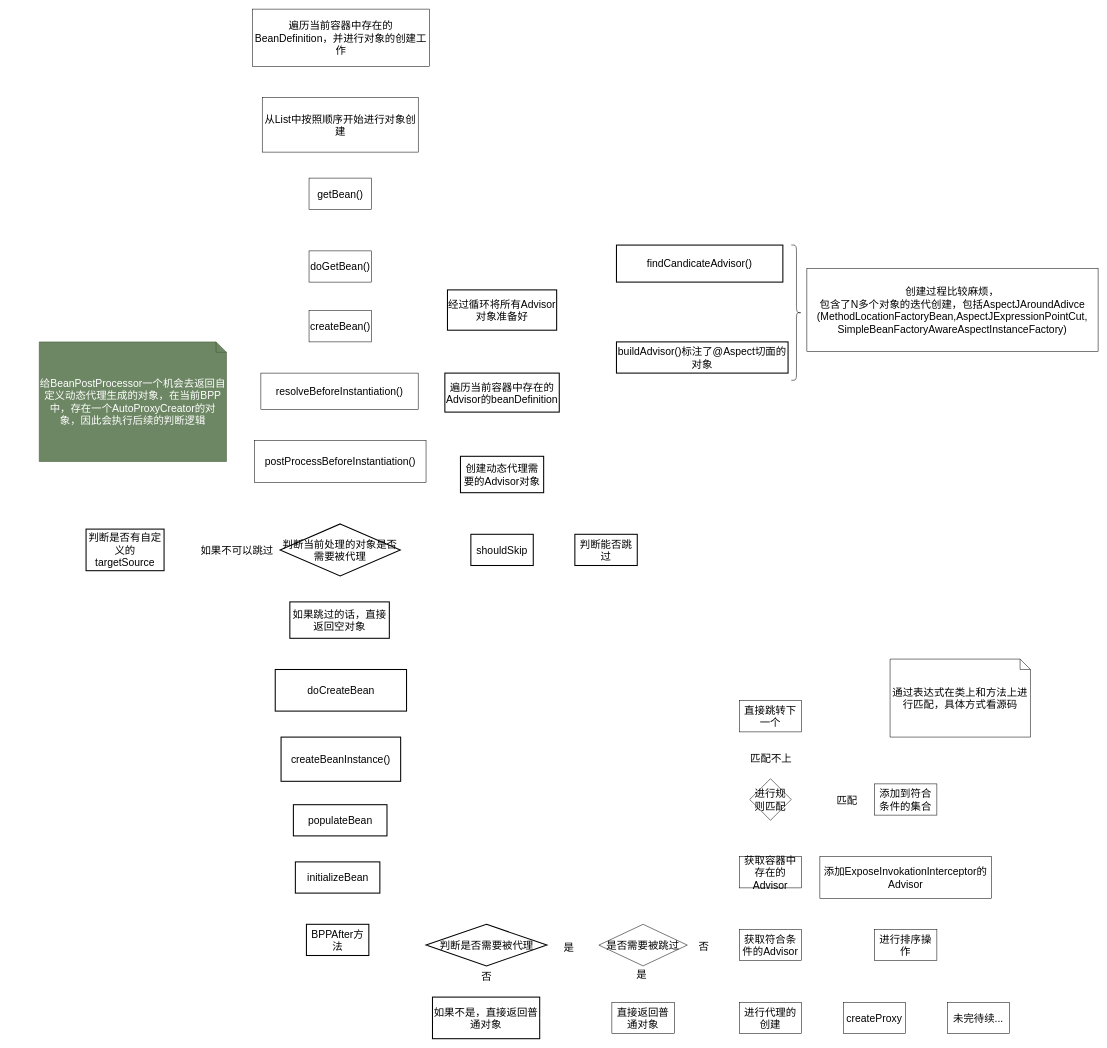
Above: spring/Aop流程.drawio in ZWYXY/all_images (draw.io), before the change. Source tidied: cells renumbered, new cells numbered last; positions are measured from the earlier drawing's top-left corner, leaving out a move shared by most shapes. Both pictures are drawn from the tidied source at 52%, with x=0, y=0 at pixel (13, 9).
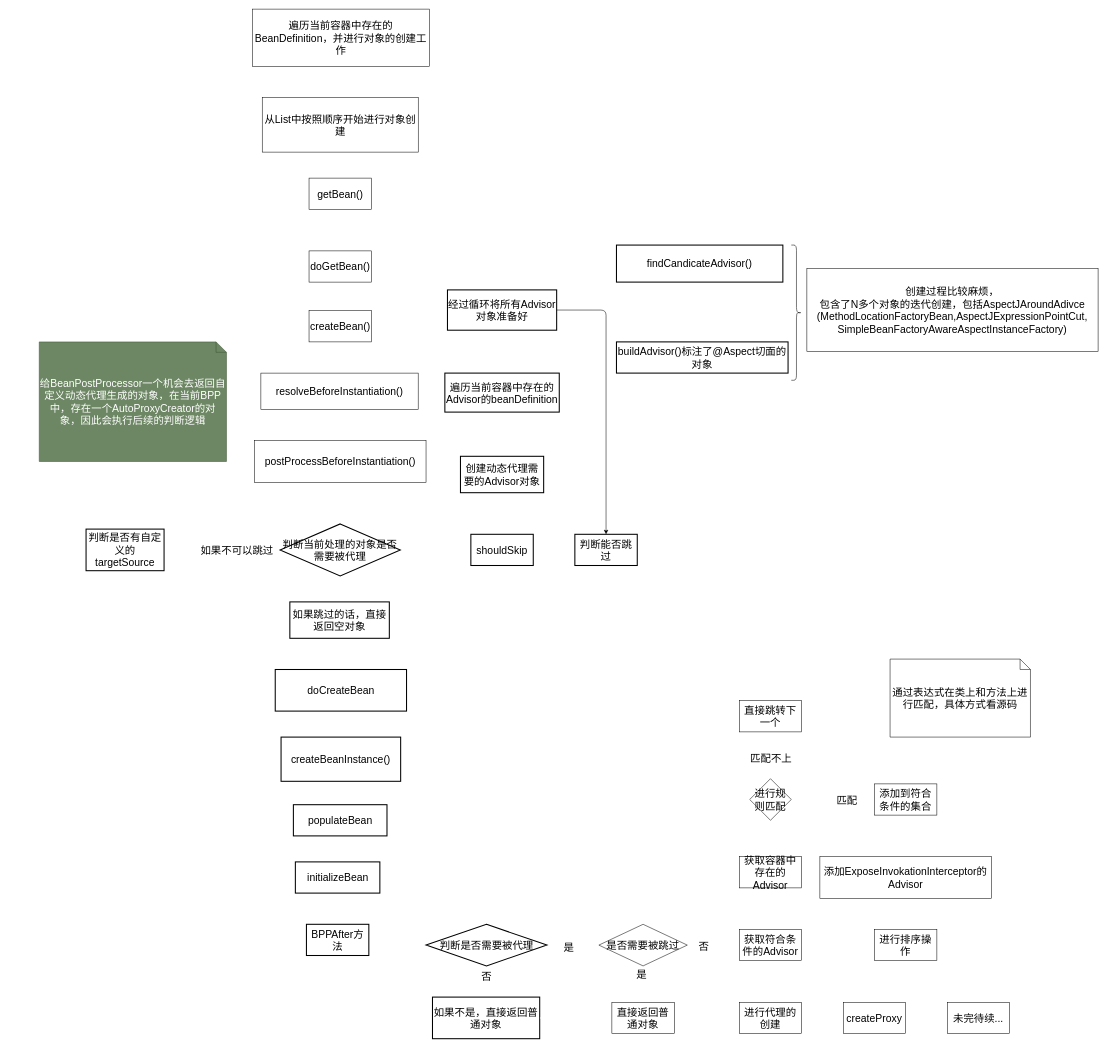
The same diagram, later.

The change refers to these unchanged cells:
```xml
<mxCell id="35" value="经过循环将所有Advisor对象准备好" style="whiteSpace=wrap;html=1;fontSize=20;strokeWidth=2;" parent="1" vertex="1">
  <mxGeometry x="835" y="540" width="210" height="77.5" as="geometry" />
</mxCell>
<mxCell id="40" value="判断能否跳过" style="whiteSpace=wrap;html=1;fontSize=20;strokeWidth=2;" parent="1" vertex="1">
  <mxGeometry x="1080" y="1010" width="120" height="60" as="geometry" />
</mxCell>
```

Change to the diagram source:
```diff
@@
-    <mxCell id="34" style="edgeStyle=elbowEdgeStyle;rounded=1;html=1;exitX=1;exitY=0.5;exitDx=0;exitDy=0;entryX=0.5;entryY=0;entryDx=0;entryDy=0;fontSize=20;strokeColor=#FFFFFF;strokeWidth=2;" parent="1" edge="1" source="35" target="40">
-      <mxGeometry relative="1" as="geometry">
-        <Array as="points">
-          <mxPoint x="1140" y="620" />
-          <mxPoint x="1140" y="900" />
-          <mxPoint x="1130" y="800" />
-        </Array>
-      </mxGeometry>
+    <mxCell id="34" style="edgeStyle=orthogonalEdgeStyle;html=1;exitX=1;exitY=0.5;exitDx=0;exitDy=0;entryX=0.5;entryY=0;entryDx=0;entryDy=0;" parent="1" edge="1" source="35" target="40">
+      <mxGeometry relative="1" as="geometry" />
     </mxCell>
```
